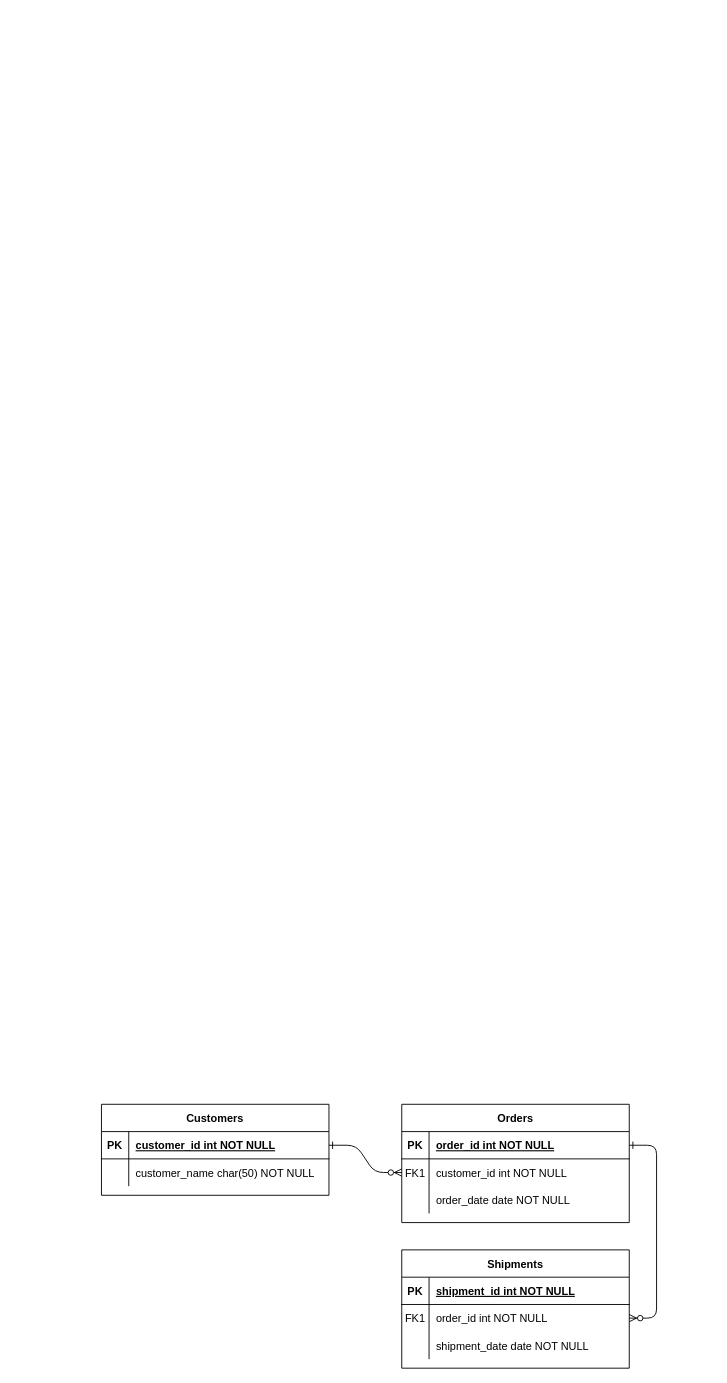
The draw.io diagram examen-c4.drawio in SerotDev/sru-fe-tsys-c4-examen-05122023, before the edit. Source tidied: cells renumbered, new cells numbered last; positions are measured from the earlier drawing's top-left corner, leaving out a move shared by most shapes. Both pictures are drawn from the tidied source at 91%, with x=0, y=0 at pixel (101, 1104).
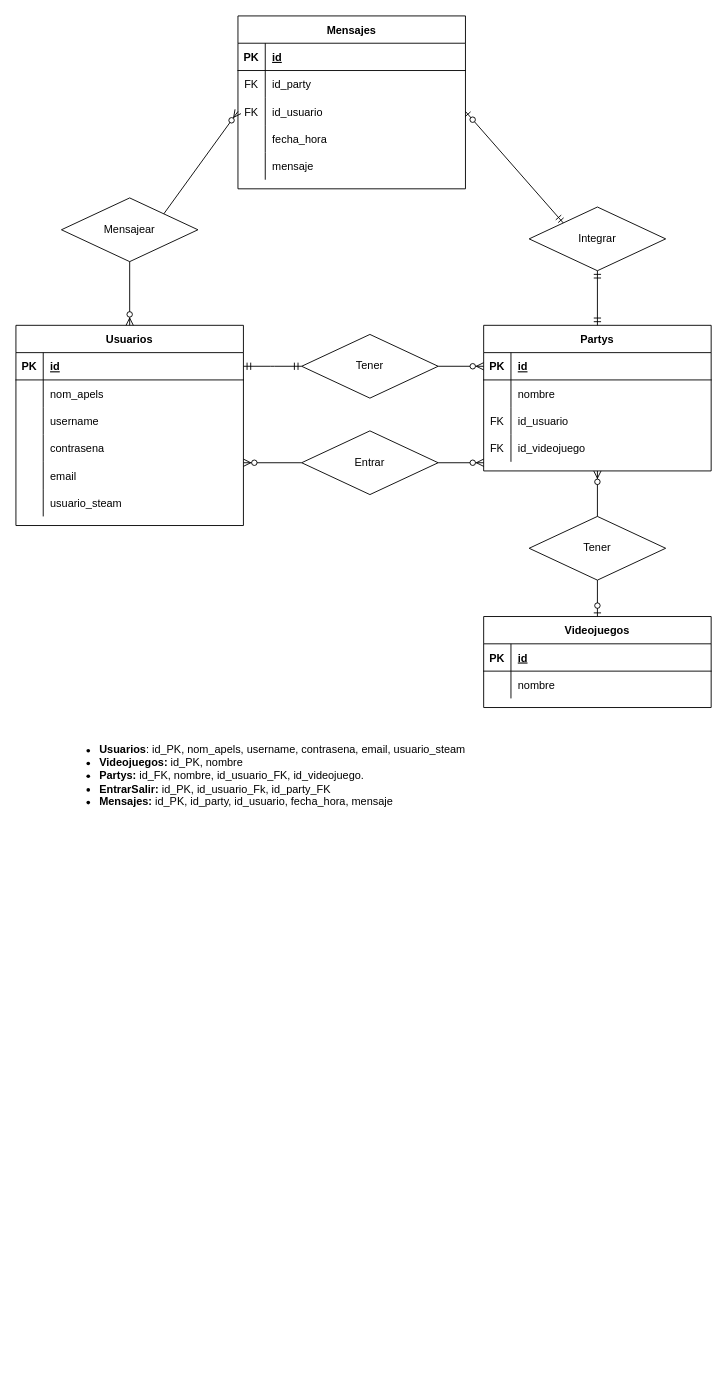
The same diagram, later.

The change refers to these unchanged cells:
```xml
<mxCell id="5" style="shape=partialRectangle;fillColor=none;points=[[0,0.5],[1,0.5]];portConstraint=eastwest;top=0;left=0;right=0;bottom=1;" parent="4" vertex="1">
  <mxGeometry y="30" width="250" height="30" as="geometry" />
</mxCell>
<mxCell id="8" style="shape=partialRectangle;fillColor=none;points=[[0,0.5],[1,0.5]];portConstraint=eastwest;top=0;left=0;right=0;bottom=0;" parent="4" vertex="1">
  <mxGeometry y="60" width="250" height="30" as="geometry" />
</mxCell>
<mxCell id="11" style="shape=partialRectangle;fillColor=none;top=0;left=0;right=0;bottom=0;" parent="4" vertex="1">
  <mxGeometry y="90" width="250" height="30" as="geometry" />
</mxCell>
<mxCell id="15" style="shape=partialRectangle;fillColor=none;top=0;left=0;right=0;bottom=1;" parent="14" vertex="1">
  <mxGeometry y="30" width="250" height="30" as="geometry" />
</mxCell>
<mxCell id="18" style="shape=partialRectangle;fillColor=none;points=[[0,0.5],[1,0.5]];portConstraint=eastwest;top=0;left=0;right=0;bottom=0;" parent="14" vertex="1">
  <mxGeometry y="60" width="250" height="30" as="geometry" />
</mxCell>
<mxCell id="25" style="shape=partialRectangle;fillColor=none;points=[[0,0.5],[1,0.5]];portConstraint=eastwest;top=0;left=0;right=0;bottom=1;" parent="24" vertex="1">
  <mxGeometry y="30" width="250" height="30" as="geometry" />
</mxCell>
<mxCell id="28" style="shape=partialRectangle;fillColor=none;top=0;left=0;right=0;bottom=0;" parent="24" vertex="1">
  <mxGeometry y="60" width="250" height="30" as="geometry" />
</mxCell>
```

Change to the diagram source:
```diff
@@
-    <mxCell id="2" style="edgeStyle=entityRelationEdgeStyle;endArrow=ERzeroToMany;startArrow=ERone;endFill=1;startFill=0;" parent="1" edge="1" source="25" target="8">
-      <mxGeometry relative="1" as="geometry" />
-    </mxCell>
-    <mxCell id="3" style="edgeStyle=entityRelationEdgeStyle;endArrow=ERzeroToMany;startArrow=ERone;endFill=1;startFill=0;" parent="1" edge="1" source="5" target="18">
-      <mxGeometry relative="1" as="geometry" />
-    </mxCell>
-    <mxCell id="4" value="Orders" style="shape=table;startSize=30;childLayout=tableLayout;rowLines=0;fontStyle=1;align=center;" parent="1" vertex="1">
-      <mxGeometry x="330" width="250" height="130" as="geometry" />
+    <mxCell id="4" value="Partys" style="shape=table;startSize=30;childLayout=tableLayout;rowLines=0;fontStyle=1;align=center;" parent="1" vertex="1">
+      <mxGeometry x="420" y="-856" width="250" height="160" as="geometry" />
     </mxCell>
@@
-    <mxCell id="7" value="order_id int NOT NULL " style="shape=partialRectangle;overflow=hidden;fillColor=none;top=0;left=0;bottom=0;right=0;align=left;spacingLeft=6;fontStyle=5;" parent="5" vertex="1">
+    <mxCell id="7" value="id" style="shape=partialRectangle;overflow=hidden;fillColor=none;top=0;left=0;bottom=0;right=0;align=left;spacingLeft=6;fontStyle=5;" parent="5" vertex="1">
       <mxGeometry x="30" width="220" height="30" as="geometry" />
     </mxCell>
@@
-    <mxCell id="9" value="FK1" style="shape=partialRectangle;overflow=hidden;fillColor=none;top=0;left=0;bottom=0;right=0;" parent="8" vertex="1">
+    <mxCell id="9" style="shape=partialRectangle;overflow=hidden;fillColor=none;top=0;left=0;bottom=0;right=0;" parent="8" vertex="1">
       <mxGeometry width="30" height="30" as="geometry" />
     </mxCell>
-    <mxCell id="10" value="customer_id int NOT NULL" style="shape=partialRectangle;overflow=hidden;fillColor=none;top=0;left=0;bottom=0;right=0;align=left;spacingLeft=6;" parent="8" vertex="1">
+    <mxCell id="10" value="nombre" style="shape=partialRectangle;overflow=hidden;fillColor=none;top=0;left=0;bottom=0;right=0;align=left;spacingLeft=6;" parent="8" vertex="1">
       <mxGeometry x="30" width="220" height="30" as="geometry" />
     </mxCell>
@@
-    <mxCell id="12" style="shape=partialRectangle;overflow=hidden;fillColor=none;top=0;left=0;bottom=0;right=0;" parent="11" vertex="1">
+    <mxCell id="12" value="FK" style="shape=partialRectangle;overflow=hidden;fillColor=none;top=0;left=0;bottom=0;right=0;" parent="11" vertex="1">
       <mxGeometry width="30" height="30" as="geometry" />
     </mxCell>
-    <mxCell id="13" value="order_date date NOT NULL" style="shape=partialRectangle;overflow=hidden;fillColor=none;top=0;left=0;bottom=0;right=0;align=left;spacingLeft=6;" parent="11" vertex="1">
+    <mxCell id="13" value="id_usuario" style="shape=partialRectangle;overflow=hidden;fillColor=none;top=0;left=0;bottom=0;right=0;align=left;spacingLeft=6;" parent="11" vertex="1">
       <mxGeometry x="30" width="220" height="30" as="geometry" />
     </mxCell>
+    <mxCell id="31" style="shape=partialRectangle;fillColor=none;top=0;left=0;right=0;bottom=0;" parent="4" vertex="1">
+      <mxGeometry y="120" width="250" height="30" as="geometry" />
+    </mxCell>
+    <mxCell id="32" value="FK" style="shape=partialRectangle;overflow=hidden;fillColor=none;top=0;left=0;bottom=0;right=0;" parent="31" vertex="1">
+      <mxGeometry width="30" height="30" as="geometry" />
+    </mxCell>
+    <mxCell id="33" value="id_videojuego" style="shape=partialRectangle;overflow=hidden;fillColor=none;top=0;left=0;bottom=0;right=0;align=left;spacingLeft=6;" parent="31" vertex="1">
+      <mxGeometry x="30" width="220" height="30" as="geometry" />
+    </mxCell>
-    <mxCell id="14" value="Shipments" style="shape=table;startSize=30;childLayout=tableLayout;rowLines=0;fontStyle=1;align=center;" parent="1" vertex="1">
-      <mxGeometry x="330" y="160" width="250" height="130" as="geometry" />
+    <mxCell id="14" value="Videojuegos" style="shape=table;startSize=30;childLayout=tableLayout;rowLines=0;fontStyle=1;align=center;" parent="1" vertex="1">
+      <mxGeometry x="420" y="-536" width="250" height="100" as="geometry" />
     </mxCell>
@@
-    <mxCell id="17" value="shipment_id int NOT NULL " style="shape=partialRectangle;overflow=hidden;fillColor=none;top=0;left=0;bottom=0;right=0;align=left;spacingLeft=6;fontStyle=5;" parent="15" vertex="1">
+    <mxCell id="17" value="id" style="shape=partialRectangle;overflow=hidden;fillColor=none;top=0;left=0;bottom=0;right=0;align=left;spacingLeft=6;fontStyle=5;" parent="15" vertex="1">
       <mxGeometry x="30" width="220" height="30" as="geometry" />
     </mxCell>
@@
-    <mxCell id="19" value="FK1" style="shape=partialRectangle;overflow=hidden;fillColor=none;top=0;left=0;bottom=0;right=0;" parent="18" vertex="1">
+    <mxCell id="19" style="shape=partialRectangle;overflow=hidden;fillColor=none;top=0;left=0;bottom=0;right=0;" parent="18" vertex="1">
       <mxGeometry width="30" height="30" as="geometry" />
     </mxCell>
-    <mxCell id="20" value="order_id int NOT NULL" style="shape=partialRectangle;overflow=hidden;fillColor=none;top=0;left=0;bottom=0;right=0;align=left;spacingLeft=6;" parent="18" vertex="1">
+    <mxCell id="20" value="nombre" style="shape=partialRectangle;overflow=hidden;fillColor=none;top=0;left=0;bottom=0;right=0;align=left;spacingLeft=6;" parent="18" vertex="1">
       <mxGeometry x="30" width="220" height="30" as="geometry" />
     </mxCell>
-    <mxCell id="21" style="shape=partialRectangle;fillColor=none;top=0;left=0;right=0;bottom=0;" parent="14" vertex="1">
-      <mxGeometry y="90" width="250" height="30" as="geometry" />
-    </mxCell>
-    <mxCell id="22" style="shape=partialRectangle;overflow=hidden;fillColor=none;top=0;left=0;bottom=0;right=0;" parent="21" vertex="1">
-      <mxGeometry width="30" height="30" as="geometry" />
-    </mxCell>
-    <mxCell id="23" value="shipment_date date NOT NULL" style="shape=partialRectangle;overflow=hidden;fillColor=none;top=0;left=0;bottom=0;right=0;align=left;spacingLeft=6;" parent="21" vertex="1">
-      <mxGeometry x="30" width="220" height="30" as="geometry" />
-    </mxCell>
-    <mxCell id="24" value="Customers" style="shape=table;startSize=30;childLayout=tableLayout;rowLines=0;fontStyle=1;align=center;" parent="1" vertex="1">
-      <mxGeometry width="250" height="100" as="geometry" />
+    <mxCell id="24" value="Usuarios" style="shape=table;startSize=30;childLayout=tableLayout;rowLines=0;fontStyle=1;align=center;" parent="1" vertex="1">
+      <mxGeometry x="-94" y="-856" width="250" height="220" as="geometry" />
     </mxCell>
@@
-    <mxCell id="27" value="customer_id int NOT NULL " style="shape=partialRectangle;overflow=hidden;fillColor=none;top=0;left=0;bottom=0;right=0;align=left;spacingLeft=6;fontStyle=5;" parent="25" vertex="1">
+    <mxCell id="27" value="id" style="shape=partialRectangle;overflow=hidden;fillColor=none;top=0;left=0;bottom=0;right=0;align=left;spacingLeft=6;fontStyle=5;" parent="25" vertex="1">
       <mxGeometry x="30" width="220" height="30" as="geometry" />
     </mxCell>
@@
-    <mxCell id="30" value="customer_name char(50) NOT NULL" style="shape=partialRectangle;overflow=hidden;fillColor=none;top=0;left=0;bottom=0;right=0;align=left;spacingLeft=6;" parent="28" vertex="1">
+    <mxCell id="30" value="nom_apels" style="shape=partialRectangle;overflow=hidden;fillColor=none;top=0;left=0;bottom=0;right=0;align=left;spacingLeft=6;" parent="28" vertex="1">
       <mxGeometry x="30" width="220" height="30" as="geometry" />
     </mxCell>
+    <mxCell id="34" style="shape=partialRectangle;fillColor=none;top=0;left=0;right=0;bottom=0;" parent="24" vertex="1">
+      <mxGeometry y="90" width="250" height="30" as="geometry" />
+    </mxCell>
+    <mxCell id="35" style="shape=partialRectangle;overflow=hidden;fillColor=none;top=0;left=0;bottom=0;right=0;" parent="34" vertex="1">
+      <mxGeometry width="30" height="30" as="geometry" />
+    </mxCell>
+    <mxCell id="36" value="username" style="shape=partialRectangle;overflow=hidden;fillColor=none;top=0;left=0;bottom=0;right=0;align=left;spacingLeft=6;" parent="34" vertex="1">
+      <mxGeometry x="30" width="220" height="30" as="geometry" />
+    </mxCell>
+    <mxCell id="37" style="shape=partialRectangle;fillColor=none;top=0;left=0;right=0;bottom=0;" parent="24" vertex="1">
+      <mxGeometry y="120" width="250" height="30" as="geometry" />
+    </mxCell>
+    <mxCell id="38" style="shape=partialRectangle;overflow=hidden;fillColor=none;top=0;left=0;bottom=0;right=0;" parent="37" vertex="1">
+      <mxGeometry width="30" height="30" as="geometry" />
+    </mxCell>
+    <mxCell id="39" value="contrasena" style="shape=partialRectangle;overflow=hidden;fillColor=none;top=0;left=0;bottom=0;right=0;align=left;spacingLeft=6;" parent="37" vertex="1">
+      <mxGeometry x="30" width="220" height="30" as="geometry" />
+    </mxCell>
+    <mxCell id="40" style="shape=partialRectangle;fillColor=none;top=0;left=0;right=0;bottom=0;" parent="24" vertex="1">
+      <mxGeometry y="150" width="250" height="30" as="geometry" />
+    </mxCell>
+    <mxCell id="41" style="shape=partialRectangle;overflow=hidden;fillColor=none;top=0;left=0;bottom=0;right=0;" parent="40" vertex="1">
+      <mxGeometry width="30" height="30" as="geometry" />
+    </mxCell>
+    <mxCell id="42" value="email" style="shape=partialRectangle;overflow=hidden;fillColor=none;top=0;left=0;bottom=0;right=0;align=left;spacingLeft=6;" parent="40" vertex="1">
+      <mxGeometry x="30" width="220" height="30" as="geometry" />
+    </mxCell>
+    <mxCell id="43" style="shape=partialRectangle;fillColor=none;top=0;left=0;right=0;bottom=0;" parent="24" vertex="1">
+      <mxGeometry y="180" width="250" height="30" as="geometry" />
+    </mxCell>
+    <mxCell id="44" style="shape=partialRectangle;overflow=hidden;fillColor=none;top=0;left=0;bottom=0;right=0;" parent="43" vertex="1">
+      <mxGeometry width="30" height="30" as="geometry" />
+    </mxCell>
+    <mxCell id="45" value="usuario_steam" style="shape=partialRectangle;overflow=hidden;fillColor=none;top=0;left=0;bottom=0;right=0;align=left;spacingLeft=6;" parent="43" vertex="1">
+      <mxGeometry x="30" width="220" height="30" as="geometry" />
+    </mxCell>
+    <mxCell id="46" value="Mensajes" style="shape=table;startSize=30;childLayout=tableLayout;rowLines=0;fontStyle=1;align=center;" parent="1" vertex="1">
+      <mxGeometry x="150" y="-1196" width="250" height="190" as="geometry" />
+    </mxCell>
+    <mxCell id="47" style="shape=partialRectangle;fillColor=none;top=0;left=0;right=0;bottom=1;" parent="46" vertex="1">
+      <mxGeometry y="30" width="250" height="30" as="geometry" />
+    </mxCell>
+    <mxCell id="48" value="PK" style="shape=partialRectangle;overflow=hidden;fillColor=none;top=0;left=0;bottom=0;right=0;fontStyle=1;" parent="47" vertex="1">
+      <mxGeometry width="30" height="30" as="geometry" />
+    </mxCell>
+    <mxCell id="49" value="id" style="shape=partialRectangle;overflow=hidden;fillColor=none;top=0;left=0;bottom=0;right=0;align=left;spacingLeft=6;fontStyle=5;" parent="47" vertex="1">
+      <mxGeometry x="30" width="220" height="30" as="geometry" />
+    </mxCell>
+    <mxCell id="50" style="shape=partialRectangle;fillColor=none;top=0;left=0;right=0;bottom=0;" parent="46" vertex="1">
+      <mxGeometry y="60" width="250" height="30" as="geometry" />
+    </mxCell>
+    <mxCell id="51" value="FK" style="shape=partialRectangle;overflow=hidden;fillColor=none;top=0;left=0;bottom=0;right=0;" parent="50" vertex="1">
+      <mxGeometry width="30" height="30" as="geometry" />
+    </mxCell>
+    <mxCell id="52" value="id_party" style="shape=partialRectangle;overflow=hidden;fillColor=none;top=0;left=0;bottom=0;right=0;align=left;spacingLeft=6;" parent="50" vertex="1">
+      <mxGeometry x="30" width="220" height="30" as="geometry" />
+    </mxCell>
+    <mxCell id="53" style="shape=partialRectangle;fillColor=none;points=[[0,0.5],[1,0.5]];portConstraint=eastwest;top=0;left=0;right=0;bottom=0;" parent="46" vertex="1">
+      <mxGeometry y="90" width="250" height="30" as="geometry" />
+    </mxCell>
+    <mxCell id="54" value="FK" style="shape=partialRectangle;overflow=hidden;fillColor=none;top=0;left=0;bottom=0;right=0;" parent="53" vertex="1">
+      <mxGeometry width="30" height="30" as="geometry" />
+    </mxCell>
+    <mxCell id="55" value="id_usuario" style="shape=partialRectangle;overflow=hidden;fillColor=none;top=0;left=0;bottom=0;right=0;align=left;spacingLeft=6;" parent="53" vertex="1">
+      <mxGeometry x="30" width="220" height="30" as="geometry" />
+    </mxCell>
+    <mxCell id="56" style="shape=partialRectangle;fillColor=none;top=0;left=0;right=0;bottom=0;" parent="46" vertex="1">
+      <mxGeometry y="120" width="250" height="30" as="geometry" />
+    </mxCell>
+    <mxCell id="57" style="shape=partialRectangle;overflow=hidden;fillColor=none;top=0;left=0;bottom=0;right=0;" parent="56" vertex="1">
+      <mxGeometry width="30" height="30" as="geometry" />
+    </mxCell>
+    <mxCell id="58" value="fecha_hora" style="shape=partialRectangle;overflow=hidden;fillColor=none;top=0;left=0;bottom=0;right=0;align=left;spacingLeft=6;" parent="56" vertex="1">
+      <mxGeometry x="30" width="220" height="30" as="geometry" />
+    </mxCell>
+    <mxCell id="59" style="shape=partialRectangle;fillColor=none;top=0;left=0;right=0;bottom=0;" parent="46" vertex="1">
+      <mxGeometry y="150" width="250" height="30" as="geometry" />
+    </mxCell>
+    <mxCell id="60" style="shape=partialRectangle;overflow=hidden;fillColor=none;top=0;left=0;bottom=0;right=0;" parent="59" vertex="1">
+      <mxGeometry width="30" height="30" as="geometry" />
+    </mxCell>
+    <mxCell id="61" value="mensaje" style="shape=partialRectangle;overflow=hidden;fillColor=none;top=0;left=0;bottom=0;right=0;align=left;spacingLeft=6;" parent="59" vertex="1">
+      <mxGeometry x="30" width="220" height="30" as="geometry" />
+    </mxCell>
+    <mxCell id="62" value="Mensajear" style="rhombus;whiteSpace=wrap;html=1;" parent="1" vertex="1">
+      <mxGeometry x="-44" y="-996" width="150" height="70" as="geometry" />
+    </mxCell>
+    <mxCell id="63" value="Tener" style="rhombus;whiteSpace=wrap;html=1;" parent="1" vertex="1">
+      <mxGeometry x="220" y="-846" width="150" height="70" as="geometry" />
+    </mxCell>
+    <mxCell id="64" style="fontSize=12;html=1;endArrow=ERzeroToMany;endFill=1;rounded=0;entryX=0;entryY=0.5;entryDx=0;entryDy=0;exitX=1;exitY=0.5;exitDx=0;exitDy=0;" parent="1" edge="1" source="63" target="5">
+      <mxGeometry relative="1" as="geometry" />
+    </mxCell>
+    <mxCell id="65" value="Tener" style="rhombus;whiteSpace=wrap;html=1;" parent="1" vertex="1">
+      <mxGeometry x="470" y="-646" width="150" height="70" as="geometry" />
+    </mxCell>
+    <mxCell id="66" value="Integrar" style="rhombus;whiteSpace=wrap;html=1;" parent="1" vertex="1">
+      <mxGeometry x="470" y="-986" width="150" height="70" as="geometry" />
+    </mxCell>
+    <mxCell id="67" style="fontSize=12;html=1;endArrow=ERzeroToMany;endFill=1;rounded=0;entryX=0.5;entryY=1;entryDx=0;entryDy=0;exitX=0.5;exitY=0;exitDx=0;exitDy=0;" parent="1" edge="1" source="65" target="4">
+      <mxGeometry relative="1" as="geometry" />
+    </mxCell>
+    <mxCell id="68" style="fontSize=12;html=1;endArrow=ERzeroToOne;endFill=1;rounded=0;entryX=0.5;entryY=0;entryDx=0;entryDy=0;exitX=0.5;exitY=1;exitDx=0;exitDy=0;" parent="1" edge="1" source="65" target="14">
+      <mxGeometry relative="1" as="geometry" />
+    </mxCell>
+    <mxCell id="69" style="fontSize=12;html=1;endArrow=ERzeroToOne;startArrow=ERmandOne;rounded=0;entryX=1;entryY=0.5;entryDx=0;entryDy=0;exitX=0;exitY=0;exitDx=0;exitDy=0;" parent="1" edge="1" source="66" target="53">
+      <mxGeometry relative="1" as="geometry" />
+    </mxCell>
+    <mxCell id="70" style="fontSize=12;html=1;endArrow=ERmandOne;startArrow=ERmandOne;rounded=0;entryX=0.5;entryY=1;entryDx=0;entryDy=0;exitX=0.5;exitY=0;exitDx=0;exitDy=0;" parent="1" edge="1" source="4" target="66">
+      <mxGeometry relative="1" as="geometry" />
+    </mxCell>
+    <mxCell id="71" style="fontSize=12;html=1;endArrow=ERzeroToMany;endFill=1;rounded=0;entryX=0;entryY=0.5;entryDx=0;entryDy=0;exitX=1;exitY=0;exitDx=0;exitDy=0;" parent="1" edge="1" source="62" target="53">
+      <mxGeometry relative="1" as="geometry" />
+    </mxCell>
+    <mxCell id="72" style="fontSize=12;html=1;endArrow=ERzeroToMany;endFill=1;rounded=0;entryX=0.5;entryY=0;entryDx=0;entryDy=0;exitX=0.5;exitY=1;exitDx=0;exitDy=0;" parent="1" edge="1" source="62" target="24">
+      <mxGeometry relative="1" as="geometry" />
+    </mxCell>
+    <mxCell id="73" value="&lt;ul&gt;&lt;li&gt;&lt;b&gt;Usuarios&lt;/b&gt;: id_PK, nom_apels, username, contrasena, email, usuario_steam&amp;nbsp;&lt;/li&gt;&lt;li&gt;&lt;b&gt;Videojuegos:&lt;/b&gt; id_PK, nombre&lt;/li&gt;&lt;li&gt;&lt;b&gt;Partys:&lt;/b&gt;&amp;nbsp;id_FK, nombre, id_usuario_FK, id_videojuego.&lt;/li&gt;&lt;li&gt;&lt;b&gt;EntrarSalir:&lt;/b&gt;&amp;nbsp;id_PK, id_usuario_Fk, id_party_FK&lt;/li&gt;&lt;li&gt;&lt;b&gt;Mensajes:&lt;/b&gt; id_PK, id_party, id_usuario, fecha_hora, mensaje&lt;/li&gt;&lt;/ul&gt;" style="text;strokeColor=none;fillColor=none;html=1;whiteSpace=wrap;verticalAlign=middle;overflow=hidden;" parent="1" vertex="1">
+      <mxGeometry x="-44" y="-436" width="624" height="150" as="geometry" />
+    </mxCell>
+    <mxCell id="74" value="Entrar" style="rhombus;whiteSpace=wrap;html=1;" parent="1" vertex="1">
+      <mxGeometry x="220" y="-740" width="150" height="70" as="geometry" />
+    </mxCell>
+    <mxCell id="75" style="fontSize=12;html=1;endArrow=ERzeroToMany;endFill=1;rounded=0;entryX=0;entryY=0.5;entryDx=0;entryDy=0;exitX=1;exitY=0.5;exitDx=0;exitDy=0;" parent="1" edge="1" source="74">
+      <mxGeometry relative="1" as="geometry">
+        <mxPoint x="420" y="-705" as="targetPoint" />
+      </mxGeometry>
+    </mxCell>
+    <mxCell id="76" style="fontSize=12;html=1;endArrow=ERzeroToMany;endFill=1;rounded=0;exitX=0;exitY=0.5;exitDx=0;exitDy=0;entryX=1;entryY=0.5;entryDx=0;entryDy=0;" parent="1" edge="1" source="74">
+      <mxGeometry relative="1" as="geometry">
+        <mxPoint x="156" y="-705" as="targetPoint" />
+      </mxGeometry>
+    </mxCell>
+    <mxCell id="77" style="edgeStyle=entityRelationEdgeStyle;fontSize=12;html=1;endArrow=ERmandOne;startArrow=ERmandOne;rounded=0;entryX=0;entryY=0.5;entryDx=0;entryDy=0;exitX=1;exitY=0.5;exitDx=0;exitDy=0;" parent="1" edge="1" source="25" target="63">
+      <mxGeometry relative="1" as="geometry" />
+    </mxCell>
```
